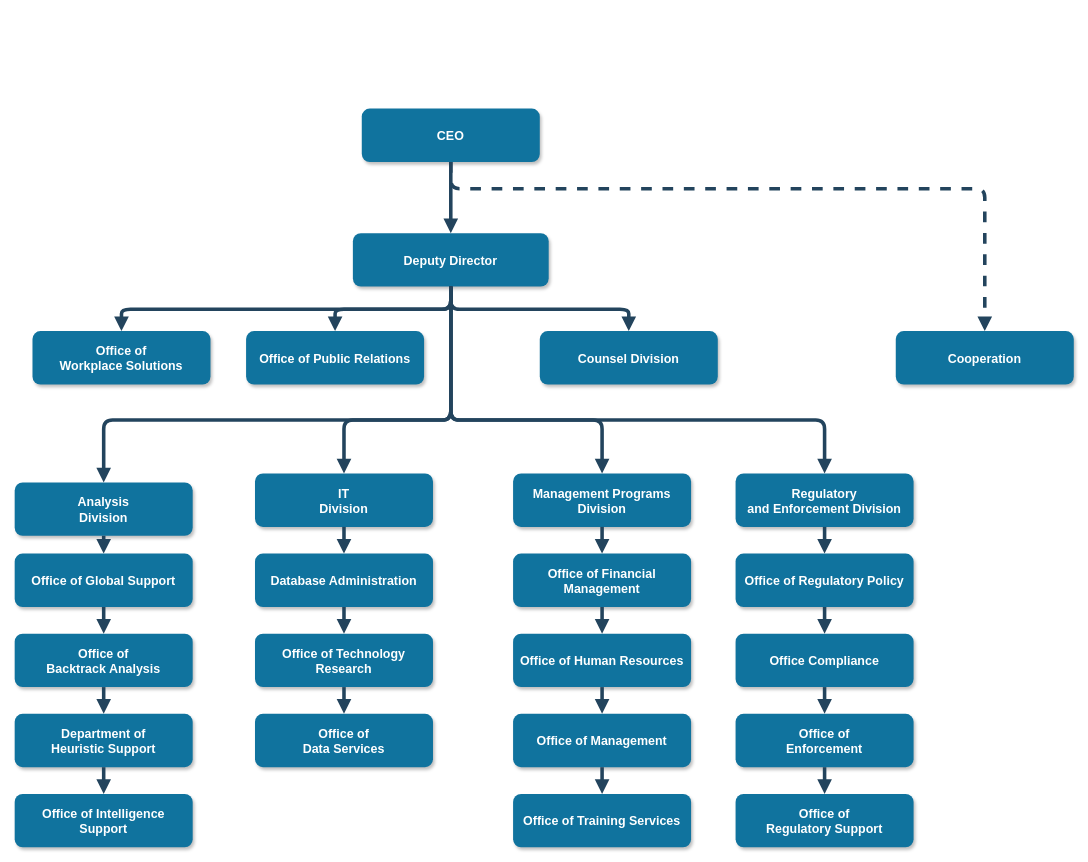
Before: Interfaz.drawio in techwolfd/web, a draw.io diagram. Source tidied: cells renumbered, new cells numbered last; positions are measured from the earlier drawing's top-left corner, leaving out a move shared by most shapes. Both pictures are drawn from the tidied source at 89%, with x=0, y=0 at pixel (14, 109).
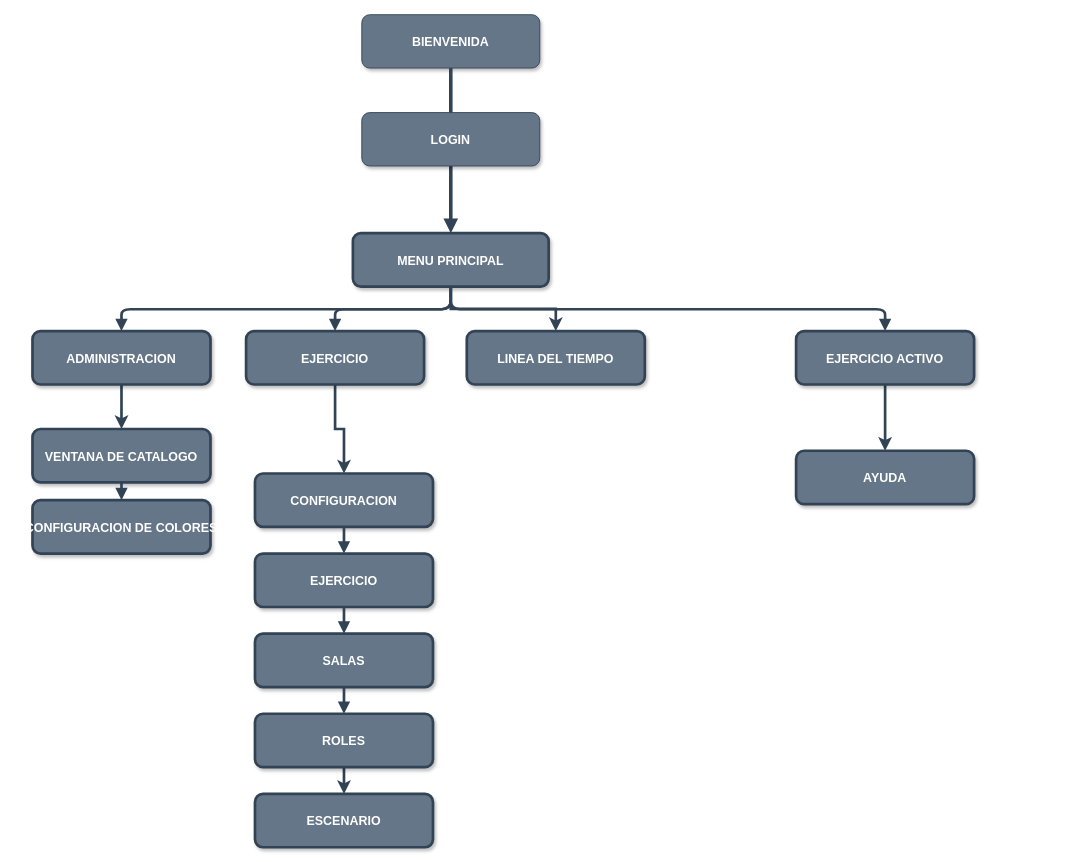
The same page after the edit.

Diff of the diagram source:
```diff
@@
-    <mxCell id="2" value="CEO" style="rounded=1;fillColor=#10739E;strokeColor=none;shadow=1;gradientColor=none;fontStyle=1;fontColor=#FFFFFF;fontSize=14;" parent="1" vertex="1">
-      <mxGeometry x="390" y="-0.5" width="200" height="60" as="geometry" />
+    <mxCell id="2" value="BIENVENIDA" style="rounded=1;fillColor=#647687;strokeColor=#314354;shadow=1;fontStyle=1;fontColor=#ffffff;fontSize=14;" parent="1" vertex="1">
+      <mxGeometry x="390" y="-106" width="200" height="60" as="geometry" />
     </mxCell>
+    <mxCell id="51" style="edgeStyle=orthogonalEdgeStyle;rounded=0;jettySize=auto;html=1;strokeWidth=3;fillColor=#647687;strokeColor=#314354;" parent="1" edge="1" source="3" target="58">
+      <mxGeometry relative="1" as="geometry" />
+    </mxCell>
-    <mxCell id="3" value="Deputy Director" style="rounded=1;fillColor=#10739E;strokeColor=none;shadow=1;gradientColor=none;fontStyle=1;fontColor=#FFFFFF;fontSize=14;" parent="1" vertex="1">
+    <mxCell id="3" value="MENU PRINCIPAL" style="rounded=1;fillColor=#647687;strokeColor=#314354;shadow=1;fontStyle=1;fontColor=#ffffff;fontSize=14;strokeWidth=3;" parent="1" vertex="1">
       <mxGeometry x="380" y="139.5" width="220" height="60" as="geometry" />
     </mxCell>
+    <mxCell id="52" style="edgeStyle=orthogonalEdgeStyle;rounded=0;jettySize=auto;html=1;strokeWidth=3;fillColor=#647687;strokeColor=#314354;" parent="1" edge="1" source="4" target="8">
+      <mxGeometry relative="1" as="geometry" />
+    </mxCell>
-    <mxCell id="4" value="Office of &#10;Workplace Solutions" style="rounded=1;fillColor=#10739E;strokeColor=none;shadow=1;gradientColor=none;fontStyle=1;fontColor=#FFFFFF;fontSize=14;" parent="1" vertex="1">
+    <mxCell id="4" value="ADMINISTRACION" style="rounded=1;fillColor=#647687;strokeColor=#314354;shadow=1;fontStyle=1;fontColor=#ffffff;fontSize=14;strokeWidth=3;" parent="1" vertex="1">
       <mxGeometry x="20" y="249.5" width="200" height="60" as="geometry" />
     </mxCell>
+    <mxCell id="53" style="edgeStyle=orthogonalEdgeStyle;rounded=0;jettySize=auto;html=1;strokeWidth=3;fillColor=#647687;strokeColor=#314354;" parent="1" edge="1" source="5" target="13">
+      <mxGeometry relative="1" as="geometry" />
+    </mxCell>
-    <mxCell id="5" value="Office of Public Relations" style="rounded=1;fillColor=#10739E;strokeColor=none;shadow=1;gradientColor=none;fontStyle=1;fontColor=#FFFFFF;fontSize=14;" parent="1" vertex="1">
+    <mxCell id="5" value="EJERCICIO" style="rounded=1;fillColor=#647687;strokeColor=#314354;shadow=1;fontStyle=1;fontColor=#ffffff;fontSize=14;strokeWidth=3;" parent="1" vertex="1">
       <mxGeometry x="260" y="249.5" width="200" height="60" as="geometry" />
     </mxCell>
+    <mxCell id="54" style="edgeStyle=orthogonalEdgeStyle;rounded=0;jettySize=auto;html=1;entryX=0.5;entryY=0;entryDx=0;entryDy=0;strokeWidth=3;fillColor=#647687;strokeColor=#314354;" parent="1" edge="1" source="6" target="22">
+      <mxGeometry relative="1" as="geometry" />
+    </mxCell>
-    <mxCell id="6" value="Counsel Division" style="rounded=1;fillColor=#10739E;strokeColor=none;shadow=1;gradientColor=none;fontStyle=1;fontColor=#FFFFFF;fontSize=14;" parent="1" vertex="1">
-      <mxGeometry x="590" y="249.5" width="200" height="60" as="geometry" />
+    <mxCell id="6" value="EJERCICIO ACTIVO" style="rounded=1;fillColor=#647687;strokeColor=#314354;shadow=1;fontStyle=1;fontColor=#ffffff;fontSize=14;strokeWidth=3;" parent="1" vertex="1">
+      <mxGeometry x="878" y="249.5" width="200" height="60" as="geometry" />
     </mxCell>
-    <mxCell id="7" value="Cooperation" style="rounded=1;fillColor=#10739E;strokeColor=none;shadow=1;gradientColor=none;fontStyle=1;fontColor=#FFFFFF;fontSize=14;" parent="1" vertex="1">
-      <mxGeometry x="990" y="249.5" width="200" height="60" as="geometry" />
-    </mxCell>
-    <mxCell id="8" value="Analysis &#10;Division" style="rounded=1;fillColor=#10739E;strokeColor=none;shadow=1;gradientColor=none;fontStyle=1;fontColor=#FFFFFF;fontSize=14;" parent="1" vertex="1">
-      <mxGeometry y="419.5" width="200" height="60" as="geometry" />
+    <mxCell id="8" value="VENTANA DE CATALOGO" style="rounded=1;fillColor=#647687;strokeColor=#314354;shadow=1;fontStyle=1;fontColor=#ffffff;fontSize=14;strokeWidth=3;" parent="1" vertex="1">
+      <mxGeometry x="20" y="359.5" width="200" height="60" as="geometry" />
     </mxCell>
-    <mxCell id="9" value="Office of Global Support" style="rounded=1;fillColor=#10739E;strokeColor=none;shadow=1;gradientColor=none;fontStyle=1;fontColor=#FFFFFF;fontSize=14;" parent="1" vertex="1">
-      <mxGeometry y="499.5" width="200" height="60" as="geometry" />
+    <mxCell id="9" value="CONFIGURACION DE COLORES" style="rounded=1;fillColor=#647687;strokeColor=#314354;shadow=1;fontStyle=1;fontColor=#ffffff;fontSize=14;strokeWidth=3;" parent="1" vertex="1">
+      <mxGeometry x="20" y="439.5" width="200" height="60" as="geometry" />
     </mxCell>
-    <mxCell id="10" value="Office of &#10;Backtrack Analysis" style="rounded=1;fillColor=#10739E;strokeColor=none;shadow=1;gradientColor=none;fontStyle=1;fontColor=#FFFFFF;fontSize=14;" parent="1" vertex="1">
-      <mxGeometry y="589.5" width="200" height="60" as="geometry" />
-    </mxCell>
-    <mxCell id="11" value="Department of &#10;Heuristic Support" style="rounded=1;fillColor=#10739E;strokeColor=none;shadow=1;gradientColor=none;fontStyle=1;fontColor=#FFFFFF;fontSize=14;" parent="1" vertex="1">
-      <mxGeometry y="679.5" width="200" height="60" as="geometry" />
-    </mxCell>
-    <mxCell id="12" value="Office of Intelligence &#10;Support" style="rounded=1;fillColor=#10739E;strokeColor=none;shadow=1;gradientColor=none;fontStyle=1;fontColor=#FFFFFF;fontSize=14;" parent="1" vertex="1">
-      <mxGeometry y="769.5" width="200" height="60" as="geometry" />
-    </mxCell>
-    <mxCell id="13" value="IT&#10;Division" style="rounded=1;fillColor=#10739E;strokeColor=none;shadow=1;gradientColor=none;fontStyle=1;fontColor=#FFFFFF;fontSize=14;" parent="1" vertex="1">
+    <mxCell id="13" value="CONFIGURACION" style="rounded=1;fillColor=#647687;strokeColor=#314354;shadow=1;fontStyle=1;fontColor=#ffffff;fontSize=14;strokeWidth=3;" parent="1" vertex="1">
       <mxGeometry x="270" y="409.5" width="200" height="60" as="geometry" />
     </mxCell>
-    <mxCell id="14" value="Database Administration" style="rounded=1;fillColor=#10739E;strokeColor=none;shadow=1;gradientColor=none;fontStyle=1;fontColor=#FFFFFF;fontSize=14;" parent="1" vertex="1">
+    <mxCell id="14" value="EJERCICIO" style="rounded=1;fillColor=#647687;strokeColor=#314354;shadow=1;fontStyle=1;fontColor=#ffffff;fontSize=14;strokeWidth=3;" parent="1" vertex="1">
       <mxGeometry x="270" y="499.5" width="200" height="60" as="geometry" />
     </mxCell>
-    <mxCell id="15" value="Office of Technology &#10;Research" style="rounded=1;fillColor=#10739E;strokeColor=none;shadow=1;gradientColor=none;fontStyle=1;fontColor=#FFFFFF;fontSize=14;" parent="1" vertex="1">
+    <mxCell id="15" value="SALAS" style="rounded=1;fillColor=#647687;strokeColor=#314354;shadow=1;fontStyle=1;fontColor=#ffffff;fontSize=14;strokeWidth=3;" parent="1" vertex="1">
       <mxGeometry x="270" y="589.5" width="200" height="60" as="geometry" />
     </mxCell>
+    <mxCell id="55" style="edgeStyle=orthogonalEdgeStyle;rounded=0;jettySize=auto;html=1;strokeWidth=3;fillColor=#647687;strokeColor=#314354;" parent="1" edge="1" source="16" target="59">
+      <mxGeometry relative="1" as="geometry" />
+    </mxCell>
-    <mxCell id="16" value="Office of&#10;Data Services" style="rounded=1;fillColor=#10739E;strokeColor=none;shadow=1;gradientColor=none;fontStyle=1;fontColor=#FFFFFF;fontSize=14;" parent="1" vertex="1">
+    <mxCell id="16" value="ROLES" style="rounded=1;fillColor=#647687;strokeColor=#314354;shadow=1;fontStyle=1;fontColor=#ffffff;fontSize=14;strokeWidth=3;" parent="1" vertex="1">
       <mxGeometry x="270" y="679.5" width="200" height="60" as="geometry" />
     </mxCell>
-    <mxCell id="17" value="Management Programs &#10;Division" style="rounded=1;fillColor=#10739E;strokeColor=none;shadow=1;gradientColor=none;fontStyle=1;fontColor=#FFFFFF;fontSize=14;" parent="1" vertex="1">
-      <mxGeometry x="560" y="409.5" width="200" height="60" as="geometry" />
-    </mxCell>
-    <mxCell id="18" value="Office of Financial &#10;Management" style="rounded=1;fillColor=#10739E;strokeColor=none;shadow=1;gradientColor=none;fontStyle=1;fontColor=#FFFFFF;fontSize=14;" parent="1" vertex="1">
-      <mxGeometry x="560" y="499.5" width="200" height="60" as="geometry" />
-    </mxCell>
-    <mxCell id="19" value="Office of Human Resources" style="rounded=1;fillColor=#10739E;strokeColor=none;shadow=1;gradientColor=none;fontStyle=1;fontColor=#FFFFFF;fontSize=14;" parent="1" vertex="1">
-      <mxGeometry x="560" y="589.5" width="200" height="60" as="geometry" />
-    </mxCell>
-    <mxCell id="20" value="Office of Management " style="rounded=1;fillColor=#10739E;strokeColor=none;shadow=1;gradientColor=none;fontStyle=1;fontColor=#FFFFFF;fontSize=14;" parent="1" vertex="1">
-      <mxGeometry x="560" y="679.5" width="200" height="60" as="geometry" />
-    </mxCell>
-    <mxCell id="21" value="Office of Training Services" style="rounded=1;fillColor=#10739E;strokeColor=none;shadow=1;gradientColor=none;fontStyle=1;fontColor=#FFFFFF;fontSize=14;" parent="1" vertex="1">
-      <mxGeometry x="560" y="769.5" width="200" height="60" as="geometry" />
-    </mxCell>
-    <mxCell id="22" value="Regulatory &#10;and Enforcement Division" style="rounded=1;fillColor=#10739E;strokeColor=none;shadow=1;gradientColor=none;fontStyle=1;fontColor=#FFFFFF;fontSize=14;" parent="1" vertex="1">
-      <mxGeometry x="810" y="409.5" width="200" height="60" as="geometry" />
+    <mxCell id="22" value="AYUDA" style="rounded=1;fillColor=#647687;strokeColor=#314354;shadow=1;fontStyle=1;fontColor=#ffffff;fontSize=14;strokeWidth=3;" parent="1" vertex="1">
+      <mxGeometry x="878" y="384" width="200" height="60" as="geometry" />
     </mxCell>
-    <mxCell id="23" value="Office of Regulatory Policy" style="rounded=1;fillColor=#10739E;strokeColor=none;shadow=1;gradientColor=none;fontStyle=1;fontColor=#FFFFFF;fontSize=14;" parent="1" vertex="1">
-      <mxGeometry x="810" y="499.5" width="200" height="60" as="geometry" />
-    </mxCell>
-    <mxCell id="24" value="Office Compliance" style="rounded=1;fillColor=#10739E;strokeColor=none;shadow=1;gradientColor=none;fontStyle=1;fontColor=#FFFFFF;fontSize=14;" parent="1" vertex="1">
-      <mxGeometry x="810" y="589.5" width="200" height="60" as="geometry" />
-    </mxCell>
-    <mxCell id="25" value="Office of &#10;Enforcement" style="rounded=1;fillColor=#10739E;strokeColor=none;shadow=1;gradientColor=none;fontStyle=1;fontColor=#FFFFFF;fontSize=14;" parent="1" vertex="1">
-      <mxGeometry x="810" y="679.5" width="200" height="60" as="geometry" />
-    </mxCell>
-    <mxCell id="26" value="Office of&#10; Regulatory Support" style="rounded=1;fillColor=#10739E;strokeColor=none;shadow=1;gradientColor=none;fontStyle=1;fontColor=#FFFFFF;fontSize=14;" parent="1" vertex="1">
-      <mxGeometry x="810" y="769.5" width="200" height="60" as="geometry" />
-    </mxCell>
-    <mxCell id="27" style="edgeStyle=elbowEdgeStyle;elbow=vertical;strokeWidth=4;endArrow=block;endFill=1;fontStyle=1;strokeColor=#23445D;" parent="1" edge="1" source="2" target="3">
+    <mxCell id="27" style="edgeStyle=elbowEdgeStyle;elbow=vertical;strokeWidth=4;endArrow=block;endFill=1;fontStyle=1;strokeColor=#314354;startArrow=none;fillColor=#647687;" parent="1" edge="1" source="56" target="3">
       <mxGeometry x="22" y="165.5" as="geometry" />
     </mxCell>
-    <mxCell id="28" style="edgeStyle=elbowEdgeStyle;elbow=vertical;strokeWidth=4;endArrow=block;endFill=1;fontStyle=1;strokeColor=#23445D;" parent="1" edge="1" source="3" target="5">
+    <mxCell id="28" style="edgeStyle=elbowEdgeStyle;elbow=vertical;strokeWidth=3;endArrow=block;endFill=1;fontStyle=1;strokeColor=#314354;fillColor=#647687;" parent="1" edge="1" source="3" target="5">
       <mxGeometry x="22" y="165.5" as="geometry" />
     </mxCell>
-    <mxCell id="29" style="edgeStyle=elbowEdgeStyle;elbow=vertical;strokeWidth=4;endArrow=block;endFill=1;fontStyle=1;strokeColor=#23445D;" parent="1" edge="1" source="3" target="4">
+    <mxCell id="29" style="edgeStyle=elbowEdgeStyle;elbow=vertical;strokeWidth=3;endArrow=block;endFill=1;fontStyle=1;strokeColor=#314354;fillColor=#647687;" parent="1" edge="1" source="3" target="4">
       <mxGeometry x="22" y="165.5" as="geometry" />
     </mxCell>
-    <mxCell id="30" style="edgeStyle=elbowEdgeStyle;elbow=vertical;strokeWidth=4;endArrow=block;endFill=1;fontStyle=1;strokeColor=#23445D;" parent="1" edge="1" source="3" target="6">
+    <mxCell id="30" style="edgeStyle=elbowEdgeStyle;elbow=vertical;strokeWidth=3;endArrow=block;endFill=1;fontStyle=1;strokeColor=#314354;fillColor=#647687;" parent="1" edge="1" source="3" target="6">
       <mxGeometry x="22" y="165.5" as="geometry" />
     </mxCell>
-    <mxCell id="31" style="edgeStyle=elbowEdgeStyle;elbow=vertical;strokeWidth=4;endArrow=block;endFill=1;fontStyle=1;dashed=1;strokeColor=#23445D;" parent="1" edge="1" source="2" target="7">
-      <mxGeometry x="22" y="165.5" as="geometry">
-        <Array as="points">
-          <mxPoint x="780" y="89.5" />
-        </Array>
-      </mxGeometry>
-    </mxCell>
-    <mxCell id="32" style="edgeStyle=elbowEdgeStyle;elbow=vertical;strokeWidth=4;endArrow=block;endFill=1;fontStyle=1;strokeColor=#23445D;" parent="1" edge="1" source="3" target="8">
-      <mxGeometry x="22" y="165.5" as="geometry">
-        <Array as="points">
-          <mxPoint x="270" y="349.5" />
-        </Array>
-      </mxGeometry>
-    </mxCell>
-    <mxCell id="33" style="edgeStyle=elbowEdgeStyle;elbow=vertical;strokeWidth=4;endArrow=block;endFill=1;fontStyle=1;strokeColor=#23445D;" parent="1" edge="1" source="3" target="22">
-      <mxGeometry x="22" y="165.5" as="geometry">
-        <Array as="points">
-          <mxPoint x="690" y="349.5" />
-        </Array>
-      </mxGeometry>
-    </mxCell>
-    <mxCell id="34" style="edgeStyle=elbowEdgeStyle;elbow=vertical;strokeWidth=4;endArrow=block;endFill=1;fontStyle=1;strokeColor=#23445D;" parent="1" edge="1" source="8" target="9">
-      <mxGeometry x="62" y="165.5" as="geometry" />
+    <mxCell id="34" style="edgeStyle=elbowEdgeStyle;elbow=vertical;strokeWidth=3;endArrow=block;endFill=1;fontStyle=1;strokeColor=#314354;fillColor=#647687;" parent="1" edge="1" source="8" target="9">
+      <mxGeometry x="82" y="105.5" as="geometry" />
     </mxCell>
-    <mxCell id="35" style="edgeStyle=elbowEdgeStyle;elbow=vertical;strokeWidth=4;endArrow=block;endFill=1;fontStyle=1;strokeColor=#23445D;" parent="1" edge="1" source="9" target="10">
-      <mxGeometry x="62" y="175.5" as="geometry" />
-    </mxCell>
-    <mxCell id="36" style="edgeStyle=elbowEdgeStyle;elbow=vertical;strokeWidth=4;endArrow=block;endFill=1;fontStyle=1;strokeColor=#23445D;" parent="1" edge="1" source="10" target="11">
-      <mxGeometry x="62" y="185.5" as="geometry" />
-    </mxCell>
-    <mxCell id="37" style="edgeStyle=elbowEdgeStyle;elbow=vertical;strokeWidth=4;endArrow=block;endFill=1;fontStyle=1;strokeColor=#23445D;" parent="1" edge="1" source="11" target="12">
-      <mxGeometry x="62" y="195.5" as="geometry" />
-    </mxCell>
-    <mxCell id="38" style="edgeStyle=elbowEdgeStyle;elbow=vertical;strokeWidth=4;endArrow=block;endFill=1;fontStyle=1;strokeColor=#23445D;" parent="1" edge="1" source="13" target="14">
+    <mxCell id="38" style="edgeStyle=elbowEdgeStyle;elbow=vertical;strokeWidth=3;endArrow=block;endFill=1;fontStyle=1;strokeColor=#314354;fillColor=#647687;" parent="1" edge="1" source="13" target="14">
       <mxGeometry x="62" y="165.5" as="geometry" />
     </mxCell>
-    <mxCell id="39" style="edgeStyle=elbowEdgeStyle;elbow=vertical;strokeWidth=4;endArrow=block;endFill=1;fontStyle=1;strokeColor=#23445D;" parent="1" edge="1" source="14" target="15">
+    <mxCell id="39" style="edgeStyle=elbowEdgeStyle;elbow=vertical;strokeWidth=3;endArrow=block;endFill=1;fontStyle=1;strokeColor=#314354;fillColor=#647687;" parent="1" edge="1" source="14" target="15">
       <mxGeometry x="62" y="175.5" as="geometry" />
     </mxCell>
-    <mxCell id="40" style="edgeStyle=elbowEdgeStyle;elbow=vertical;strokeWidth=4;endArrow=block;endFill=1;fontStyle=1;strokeColor=#23445D;" parent="1" edge="1" source="15" target="16">
+    <mxCell id="40" style="edgeStyle=elbowEdgeStyle;elbow=vertical;strokeWidth=3;endArrow=block;endFill=1;fontStyle=1;strokeColor=#314354;fillColor=#647687;" parent="1" edge="1" source="15" target="16">
       <mxGeometry x="62" y="185.5" as="geometry" />
     </mxCell>
-    <mxCell id="41" style="edgeStyle=elbowEdgeStyle;elbow=vertical;strokeWidth=4;endArrow=block;endFill=1;fontStyle=1;strokeColor=#23445D;" parent="1" edge="1" source="17" target="18">
-      <mxGeometry x="72" y="165.5" as="geometry" />
-    </mxCell>
-    <mxCell id="42" style="edgeStyle=elbowEdgeStyle;elbow=vertical;strokeWidth=4;endArrow=block;endFill=1;fontStyle=1;strokeColor=#23445D;" parent="1" edge="1" source="18" target="19">
-      <mxGeometry x="72" y="175.5" as="geometry" />
-    </mxCell>
-    <mxCell id="43" style="edgeStyle=elbowEdgeStyle;elbow=vertical;strokeWidth=4;endArrow=block;endFill=1;fontStyle=1;strokeColor=#23445D;" parent="1" edge="1" source="19" target="20">
-      <mxGeometry x="72" y="185.5" as="geometry" />
-    </mxCell>
-    <mxCell id="44" style="edgeStyle=elbowEdgeStyle;elbow=vertical;strokeWidth=4;endArrow=block;endFill=1;fontStyle=1;strokeColor=#23445D;" parent="1" edge="1" source="20" target="21">
-      <mxGeometry x="72" y="195.5" as="geometry" />
-    </mxCell>
-    <mxCell id="45" style="edgeStyle=elbowEdgeStyle;elbow=vertical;strokeWidth=4;endArrow=block;endFill=1;fontStyle=1;strokeColor=#23445D;" parent="1" edge="1" source="22" target="23">
-      <mxGeometry x="72" y="165.5" as="geometry" />
-    </mxCell>
-    <mxCell id="46" style="edgeStyle=elbowEdgeStyle;elbow=vertical;strokeWidth=4;endArrow=block;endFill=1;fontStyle=1;strokeColor=#23445D;" parent="1" edge="1" source="23" target="24">
-      <mxGeometry x="72" y="175.5" as="geometry" />
-    </mxCell>
-    <mxCell id="47" style="edgeStyle=elbowEdgeStyle;elbow=vertical;strokeWidth=4;endArrow=block;endFill=1;fontStyle=1;strokeColor=#23445D;" parent="1" edge="1" source="24" target="25">
-      <mxGeometry x="72" y="185.5" as="geometry" />
-    </mxCell>
-    <mxCell id="48" style="edgeStyle=elbowEdgeStyle;elbow=vertical;strokeWidth=4;endArrow=block;endFill=1;fontStyle=1;strokeColor=#23445D;" parent="1" edge="1" source="25" target="26">
-      <mxGeometry x="72" y="195.5" as="geometry" />
-    </mxCell>
-    <mxCell id="49" style="edgeStyle=elbowEdgeStyle;elbow=vertical;strokeWidth=4;endArrow=block;endFill=1;fontStyle=1;strokeColor=#23445D;" parent="1" edge="1" source="3" target="13">
-      <mxGeometry x="22" y="165.5" as="geometry">
-        <Array as="points">
-          <mxPoint x="370" y="349.5" />
-        </Array>
-      </mxGeometry>
-    </mxCell>
-    <mxCell id="50" style="edgeStyle=elbowEdgeStyle;elbow=vertical;strokeWidth=4;endArrow=block;endFill=1;fontStyle=1;strokeColor=#23445D;" parent="1" edge="1" source="3" target="17">
-      <mxGeometry x="22" y="165.5" as="geometry">
-        <Array as="points">
-          <mxPoint x="660" y="349.5" />
-        </Array>
-      </mxGeometry>
-    </mxCell>
+    <mxCell id="56" value="LOGIN" style="rounded=1;fillColor=#647687;strokeColor=#314354;shadow=1;fontStyle=1;fontColor=#ffffff;fontSize=14;" parent="1" vertex="1">
+      <mxGeometry x="390" y="4" width="200" height="60" as="geometry" />
+    </mxCell>
+    <mxCell id="57" style="edgeStyle=elbowEdgeStyle;elbow=vertical;strokeWidth=4;endArrow=none;endFill=1;fontStyle=1;strokeColor=#314354;fillColor=#647687;" parent="1" edge="1" source="2" target="56">
+      <mxGeometry x="22" y="165.5" as="geometry" />
+    </mxCell>
+    <mxCell id="58" value="LINEA DEL TIEMPO" style="rounded=1;fillColor=#647687;strokeColor=#314354;shadow=1;fontStyle=1;fontColor=#ffffff;fontSize=14;strokeWidth=3;" parent="1" vertex="1">
+      <mxGeometry x="508" y="249.5" width="200" height="60" as="geometry" />
+    </mxCell>
+    <mxCell id="59" value="ESCENARIO" style="rounded=1;fillColor=#647687;strokeColor=#314354;shadow=1;fontStyle=1;fontColor=#ffffff;fontSize=14;strokeWidth=3;" parent="1" vertex="1">
+      <mxGeometry x="270" y="769.5" width="200" height="60" as="geometry" />
+    </mxCell>
```
